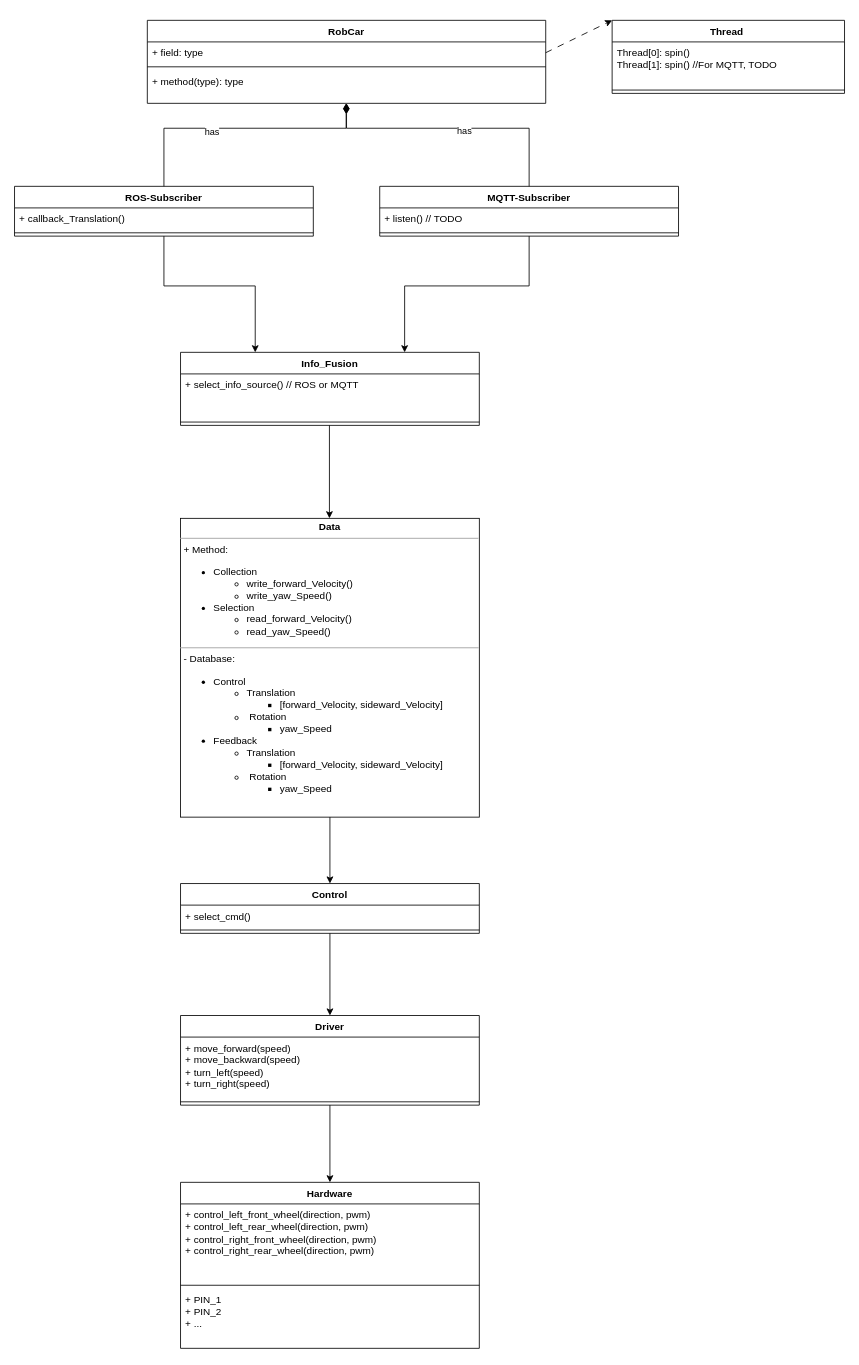
This is Documentation/Software_Architecture.drawio from ICH-BIN-HXM/RobCar, a draw.io file, before an edit. Source tidied: cells renumbered, new cells numbered last; positions are measured from the earlier drawing's top-left corner, leaving out a move shared by most shapes. Both pictures are drawn from the tidied source at 83%, with x=0, y=0 at pixel (14, 20).
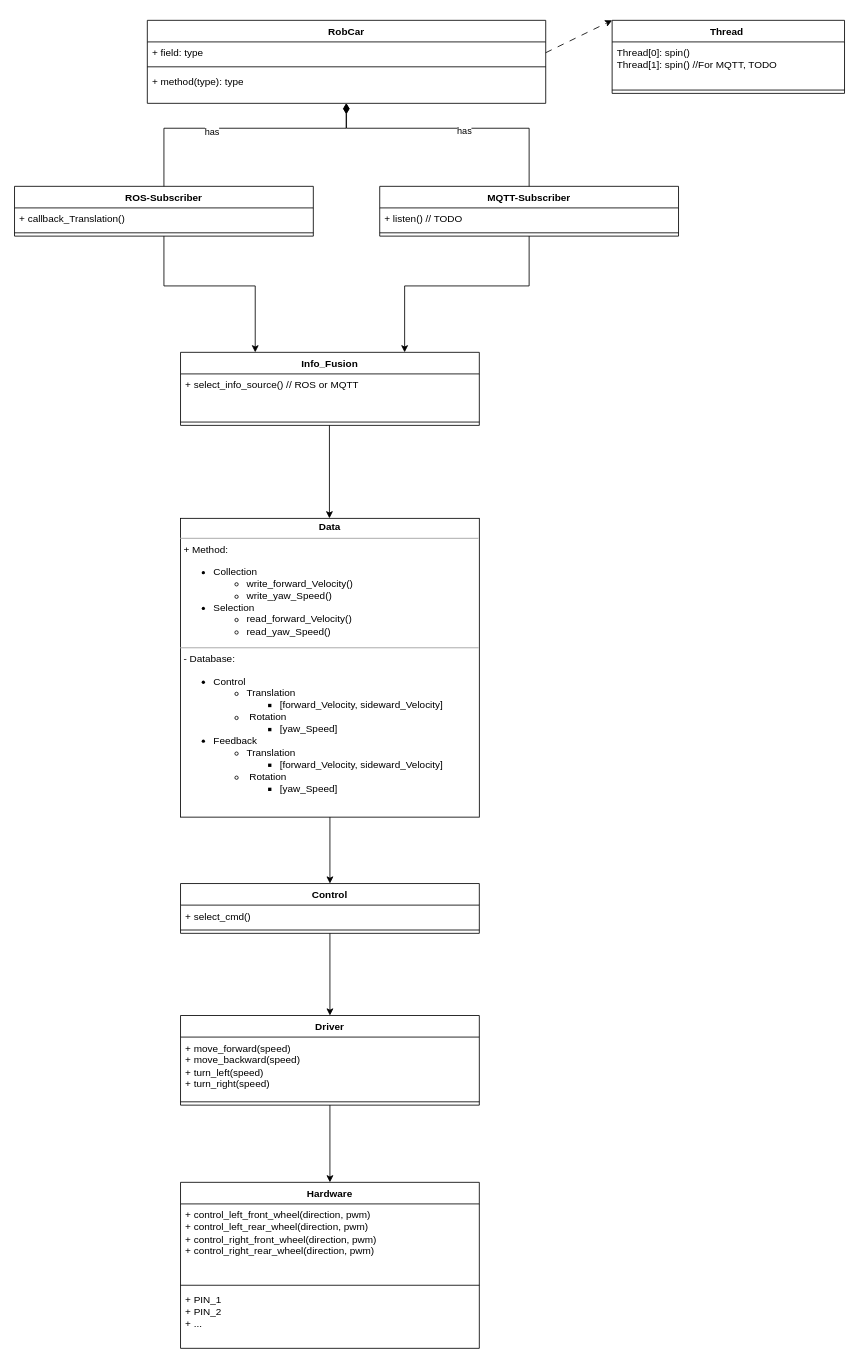
After the change.

Commit message (it also covers changes not shown here):
first draft for database created, succeeded

What changed in the source:
```diff
@@
-    <mxCell id="2" value="&lt;p style=&quot;margin:0px;margin-top:4px;text-align:center;&quot;&gt;&lt;b&gt;Data&lt;/b&gt;&lt;/p&gt;&lt;hr size=&quot;1&quot;&gt;&lt;p style=&quot;margin:0px;margin-left:4px;&quot;&gt;+ Method:&amp;nbsp;&lt;/p&gt;&lt;p style=&quot;margin:0px;margin-left:4px;&quot;&gt;&lt;/p&gt;&lt;ul&gt;&lt;li&gt;Collection&amp;nbsp;&lt;/li&gt;&lt;ul&gt;&lt;li style=&quot;border-color: var(--border-color);&quot;&gt;write_forward_Velocity()&amp;nbsp;&lt;/li&gt;&lt;li style=&quot;border-color: var(--border-color);&quot;&gt;write_yaw_Speed()&amp;nbsp;&lt;/li&gt;&lt;/ul&gt;&lt;li&gt;Selection&amp;nbsp;&lt;/li&gt;&lt;ul&gt;&lt;li style=&quot;border-color: var(--border-color);&quot;&gt;read_forward_Velocity()&amp;nbsp;&lt;/li&gt;&lt;li style=&quot;border-color: var(--border-color);&quot;&gt;read_yaw_Speed()&amp;nbsp;&lt;/li&gt;&lt;/ul&gt;&lt;/ul&gt;&lt;p&gt;&lt;/p&gt;&lt;hr size=&quot;1&quot;&gt;&lt;p style=&quot;margin:0px;margin-left:4px;&quot;&gt;- Database:&amp;nbsp;&lt;/p&gt;&lt;ul style=&quot;border-color: var(--border-color);&quot;&gt;&lt;li style=&quot;border-color: var(--border-color);&quot;&gt;Control&amp;nbsp;&lt;/li&gt;&lt;ul style=&quot;border-color: var(--border-color);&quot;&gt;&lt;li style=&quot;border-color: var(--border-color);&quot;&gt;Translation&amp;nbsp;&lt;/li&gt;&lt;ul style=&quot;border-color: var(--border-color);&quot;&gt;&lt;li style=&quot;border-color: var(--border-color);&quot;&gt;[forward_Velocity, sideward_Velocity]&amp;nbsp;&lt;/li&gt;&lt;/ul&gt;&lt;li style=&quot;border-color: var(--border-color);&quot;&gt;&amp;nbsp;Rotation&amp;nbsp;&lt;/li&gt;&lt;ul style=&quot;border-color: var(--border-color);&quot;&gt;&lt;li style=&quot;border-color: var(--border-color);&quot;&gt;yaw_Speed&amp;nbsp;&lt;/li&gt;&lt;/ul&gt;&lt;/ul&gt;&lt;li&gt;&lt;span style=&quot;background-color: initial;&quot;&gt;Feedback&amp;nbsp;&lt;/span&gt;&lt;br&gt;&lt;/li&gt;&lt;ul style=&quot;border-color: var(--border-color);&quot;&gt;&lt;li&gt;&lt;span style=&quot;background-color: initial;&quot;&gt;Translation&amp;nbsp;&lt;/span&gt;&lt;br&gt;&lt;/li&gt;&lt;ul style=&quot;border-color: var(--border-color);&quot;&gt;&lt;li style=&quot;border-color: var(--border-color);&quot;&gt;[forward_Velocity, sideward_Velocity]&amp;nbsp;&lt;/li&gt;&lt;/ul&gt;&lt;li&gt;&lt;span style=&quot;background-color: initial;&quot;&gt;&amp;nbsp;Rotation&amp;nbsp;&lt;/span&gt;&lt;br&gt;&lt;/li&gt;&lt;ul style=&quot;border-color: var(--border-color);&quot;&gt;&lt;li&gt;&lt;span style=&quot;background-color: initial;&quot;&gt;yaw_Speed&amp;nbsp;&lt;/span&gt;&lt;br&gt;&lt;/li&gt;&lt;/ul&gt;&lt;/ul&gt;&lt;/ul&gt;" style="verticalAlign=top;align=left;overflow=fill;fontSize=12;fontFamily=Helvetica;html=1;whiteSpace=wrap;" parent="1" vertex="1">
+    <mxCell id="2" value="&lt;p style=&quot;margin:0px;margin-top:4px;text-align:center;&quot;&gt;&lt;b&gt;Data&lt;/b&gt;&lt;/p&gt;&lt;hr size=&quot;1&quot;&gt;&lt;p style=&quot;margin:0px;margin-left:4px;&quot;&gt;+ Method:&amp;nbsp;&lt;/p&gt;&lt;p style=&quot;margin:0px;margin-left:4px;&quot;&gt;&lt;/p&gt;&lt;ul&gt;&lt;li&gt;Collection&amp;nbsp;&lt;/li&gt;&lt;ul&gt;&lt;li style=&quot;border-color: var(--border-color);&quot;&gt;write_forward_Velocity()&amp;nbsp;&lt;/li&gt;&lt;li style=&quot;border-color: var(--border-color);&quot;&gt;write_yaw_Speed()&amp;nbsp;&lt;/li&gt;&lt;/ul&gt;&lt;li&gt;Selection&amp;nbsp;&lt;/li&gt;&lt;ul&gt;&lt;li style=&quot;border-color: var(--border-color);&quot;&gt;read_forward_Velocity()&amp;nbsp;&lt;/li&gt;&lt;li style=&quot;border-color: var(--border-color);&quot;&gt;read_yaw_Speed()&amp;nbsp;&lt;/li&gt;&lt;/ul&gt;&lt;/ul&gt;&lt;p&gt;&lt;/p&gt;&lt;hr size=&quot;1&quot;&gt;&lt;p style=&quot;margin:0px;margin-left:4px;&quot;&gt;- Database:&amp;nbsp;&lt;/p&gt;&lt;ul style=&quot;border-color: var(--border-color);&quot;&gt;&lt;li style=&quot;border-color: var(--border-color);&quot;&gt;Control&amp;nbsp;&lt;/li&gt;&lt;ul style=&quot;border-color: var(--border-color);&quot;&gt;&lt;li style=&quot;border-color: var(--border-color);&quot;&gt;Translation&amp;nbsp;&lt;/li&gt;&lt;ul style=&quot;border-color: var(--border-color);&quot;&gt;&lt;li style=&quot;border-color: var(--border-color);&quot;&gt;[forward_Velocity, sideward_Velocity]&amp;nbsp;&lt;/li&gt;&lt;/ul&gt;&lt;li style=&quot;border-color: var(--border-color);&quot;&gt;&amp;nbsp;Rotation&amp;nbsp;&lt;/li&gt;&lt;ul style=&quot;border-color: var(--border-color);&quot;&gt;&lt;li style=&quot;border-color: var(--border-color);&quot;&gt;[yaw_Speed]&amp;nbsp;&lt;/li&gt;&lt;/ul&gt;&lt;/ul&gt;&lt;li&gt;&lt;span style=&quot;background-color: initial;&quot;&gt;Feedback&amp;nbsp;&lt;/span&gt;&lt;br&gt;&lt;/li&gt;&lt;ul style=&quot;border-color: var(--border-color);&quot;&gt;&lt;li&gt;&lt;span style=&quot;background-color: initial;&quot;&gt;Translation&amp;nbsp;&lt;/span&gt;&lt;br&gt;&lt;/li&gt;&lt;ul style=&quot;border-color: var(--border-color);&quot;&gt;&lt;li style=&quot;border-color: var(--border-color);&quot;&gt;[forward_Velocity, sideward_Velocity]&amp;nbsp;&lt;/li&gt;&lt;/ul&gt;&lt;li&gt;&lt;span style=&quot;background-color: initial;&quot;&gt;&amp;nbsp;Rotation&amp;nbsp;&lt;/span&gt;&lt;br&gt;&lt;/li&gt;&lt;ul style=&quot;border-color: var(--border-color);&quot;&gt;&lt;li&gt;&lt;span style=&quot;background-color: initial;&quot;&gt;[yaw_Speed]&amp;nbsp;&lt;/span&gt;&lt;br&gt;&lt;/li&gt;&lt;/ul&gt;&lt;/ul&gt;&lt;/ul&gt;" style="verticalAlign=top;align=left;overflow=fill;fontSize=12;fontFamily=Helvetica;html=1;whiteSpace=wrap;" parent="1" vertex="1">
       <mxGeometry x="200" y="600" width="360" height="360" as="geometry" />
     </mxCell>
```
